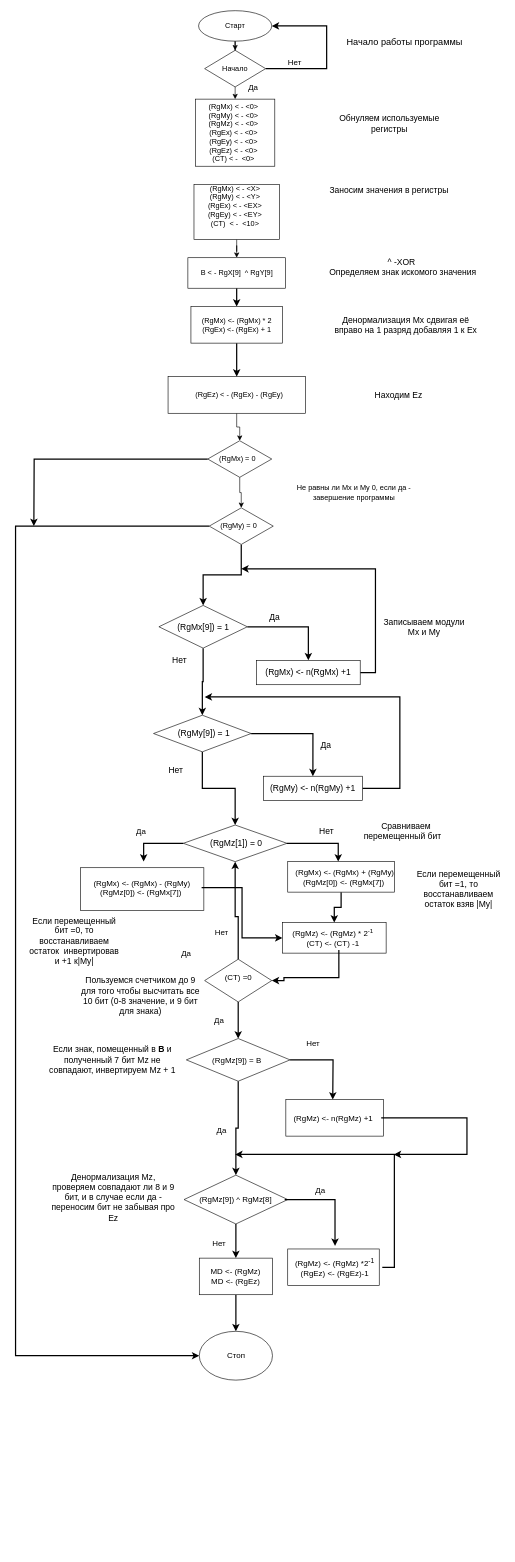
Paremir/Asp.Net-1 keeps this draw.io diagram as Untitled Diagram.drawio. Above is the earlier version. Source tidied: cells renumbered, new cells numbered last; positions are measured from the earlier drawing's top-left corner, leaving out a move shared by most shapes. Both pictures are drawn from the tidied source at 61%, with x=0, y=0 at pixel (15, 10).
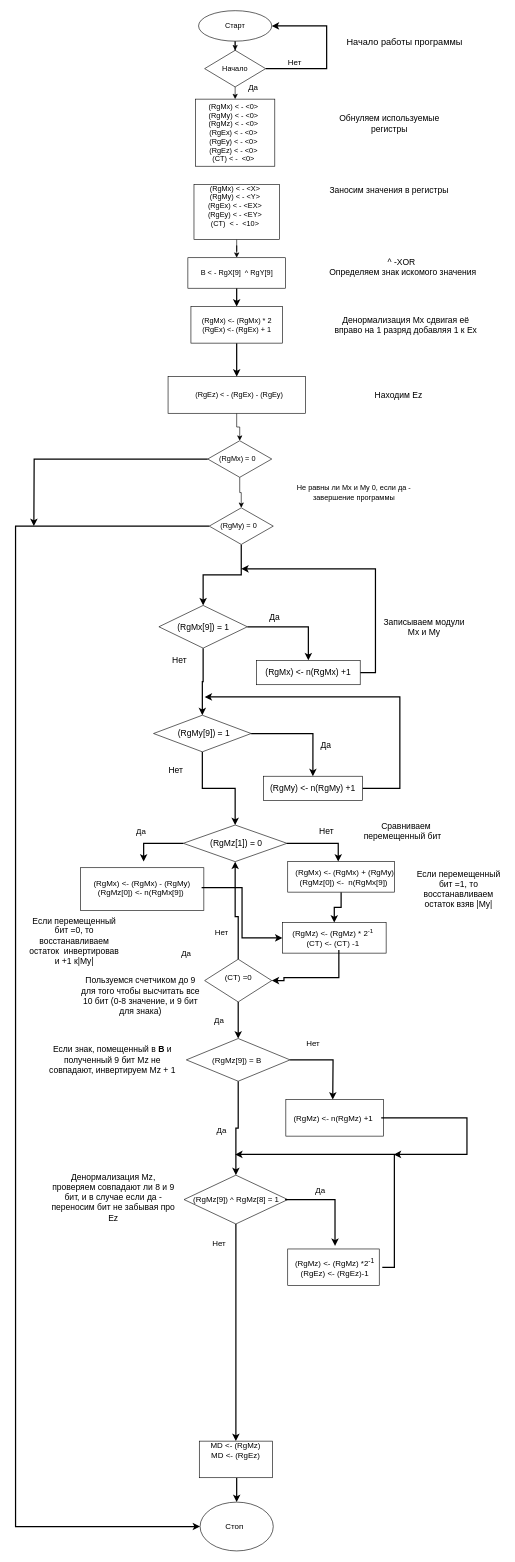
The same diagram, later.

The change refers to these unchanged cells:
```xml
<mxCell id="103" style="rhombus;whiteSpace=wrap;html=1;" parent="1" vertex="1">
  <mxGeometry x="317.5" y="815" width="105" height="60" as="geometry" />
</mxCell>
```

The edit, as a diff of the source:
```diff
@@
-    <mxCell id="46" value="(RgMx) &amp;lt;- (RgMx) - (RgMy)&lt;br&gt;(RgMz[0]) &amp;lt;- (RgMx[7])&amp;nbsp;" style="text;html=1;strokeColor=none;fillColor=none;align=center;verticalAlign=middle;whiteSpace=wrap;rounded=0;fontSize=13;" parent="1" vertex="1">
+    <mxCell id="46" value="(RgMx) &amp;lt;- (RgMx) - (RgMy)&lt;br&gt;(RgMz[0]) &amp;lt;- n(RgMx[9])&amp;nbsp;" style="text;html=1;strokeColor=none;fillColor=none;align=center;verticalAlign=middle;whiteSpace=wrap;rounded=0;fontSize=13;" parent="1" vertex="1">
       <mxGeometry x="110" y="1405" width="195" height="65" as="geometry" />
     </mxCell>
@@
-    <mxCell id="59" value="(RgMx) &amp;lt;- (RgMx) + (RgMy)&lt;br&gt;(RgMz[0]) &amp;lt;- (RgMx[7])&amp;nbsp;&lt;br&gt;" style="text;html=1;strokeColor=none;fillColor=none;align=center;verticalAlign=middle;whiteSpace=wrap;rounded=0;fontSize=13;" parent="1" vertex="1">
+    <mxCell id="59" value="(RgMx) &amp;lt;- (RgMx) + (RgMy)&lt;br&gt;(RgMz[0]) &amp;lt;-&amp;nbsp; n(RgMx[9])&amp;nbsp;" style="text;html=1;strokeColor=none;fillColor=none;align=center;verticalAlign=middle;whiteSpace=wrap;rounded=0;fontSize=13;" parent="1" vertex="1">
       <mxGeometry x="452.5" y="1405" width="173.8" height="30" as="geometry" />
     </mxCell>
@@
-    <mxCell id="70" value="(RgMz[9]) ^ RgMz[8]" style="text;html=1;strokeColor=none;fillColor=none;align=center;verticalAlign=middle;whiteSpace=wrap;rounded=0;fontSize=13;" parent="1" vertex="1">
-      <mxGeometry x="281.2" y="1924" width="160" height="50" as="geometry" />
+    <mxCell id="70" value="(RgMz[9]) ^ RgMz[8] = 1" style="text;html=1;strokeColor=none;fillColor=none;align=center;verticalAlign=middle;whiteSpace=wrap;rounded=0;fontSize=13;" parent="1" vertex="1">
+      <mxGeometry x="281.9" y="1924" width="160" height="50" as="geometry" />
     </mxCell>
@@
     <mxCell id="74" style="edgeStyle=orthogonalEdgeStyle;rounded=0;jettySize=auto;html=1;entryX=0.5;entryY=0;entryDx=0;entryDy=0;strokeWidth=2;fontSize=14;" parent="1" edge="1" source="75" target="77">
-      <mxGeometry relative="1" as="geometry" />
+      <mxGeometry relative="1" as="geometry">
+        <Array as="points">
+          <mxPoint x="363" y="2425" />
+        </Array>
+      </mxGeometry>
     </mxCell>
     <mxCell id="75" style="rounded=0;whiteSpace=wrap;html=1;fontSize=13;" parent="1" vertex="1">
-      <mxGeometry x="301.2" y="2045" width="120" height="60" as="geometry" />
+      <mxGeometry x="301.2" y="2345" width="120" height="60" as="geometry" />
     </mxCell>
     <mxCell id="76" value="MD &amp;lt;- (RgMz)&lt;br&gt;MD &amp;lt;- (RgEz)" style="text;html=1;strokeColor=none;fillColor=none;align=center;verticalAlign=middle;whiteSpace=wrap;rounded=0;fontSize=13;" parent="1" vertex="1">
-      <mxGeometry x="306.2" y="2060" width="110" height="30" as="geometry" />
+      <mxGeometry x="305.6" y="2345" width="110" height="30" as="geometry" />
     </mxCell>
     <mxCell id="77" style="ellipse;whiteSpace=wrap;html=1;fontSize=13;" parent="1" vertex="1">
-      <mxGeometry x="301.2" y="2165" width="120" height="80" as="geometry" />
+      <mxGeometry x="302.5" y="2445" width="120" height="80" as="geometry" />
     </mxCell>
     <mxCell id="78" value="Стоп" style="text;html=1;strokeColor=none;fillColor=none;align=center;verticalAlign=middle;whiteSpace=wrap;rounded=0;fontSize=13;" parent="1" vertex="1">
-      <mxGeometry x="327.2" y="2195" width="70" height="20" as="geometry" />
+      <mxGeometry x="323.8" y="2475" width="70" height="20" as="geometry" />
     </mxCell>
@@
-    <mxCell id="92" value="Если знак, помещенный в &lt;b&gt;B&lt;/b&gt; и полученный 7 бит Mz не совпадают, инвертируем Mz + 1" style="text;html=1;strokeColor=none;fillColor=none;align=center;verticalAlign=middle;whiteSpace=wrap;rounded=0;fontSize=14;" parent="1" vertex="1">
+    <mxCell id="92" value="Если знак, помещенный в &lt;b&gt;B&lt;/b&gt; и полученный 9 бит Mz не совпадают, инвертируем Mz + 1" style="text;html=1;strokeColor=none;fillColor=none;align=center;verticalAlign=middle;whiteSpace=wrap;rounded=0;fontSize=14;" parent="1" vertex="1">
       <mxGeometry x="50" y="1695" width="217.5" height="50" as="geometry" />
     </mxCell>
@@
     <mxCell id="102" style="edgeStyle=orthogonalEdgeStyle;rounded=0;jettySize=auto;html=1;entryX=0;entryY=0.5;entryDx=0;entryDy=0;strokeWidth=2;" parent="1" edge="1" source="103" target="77">
       <mxGeometry relative="1" as="geometry">
         <Array as="points">
           <mxPoint y="845" />
-          <mxPoint y="2205" />
+          <mxPoint y="2485" />
         </Array>
       </mxGeometry>
     </mxCell>
```
